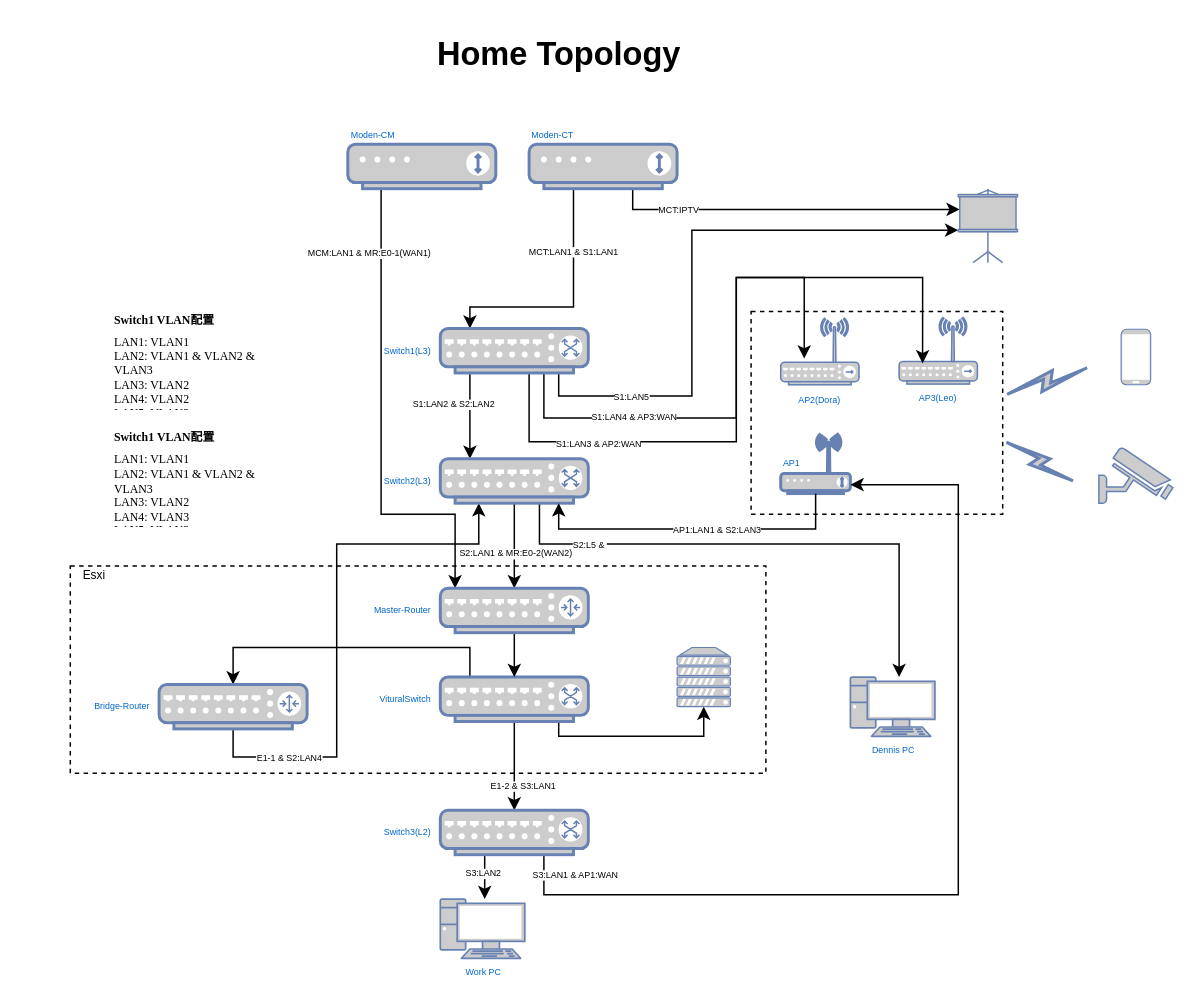
The draw.io diagram HomeTopology.drawio in DingJinlin/draw.io, before the edit. Source tidied: cells renumbered, new cells numbered last; positions are measured from the earlier drawing's top-left corner, leaving out a move shared by most shapes. Both pictures are drawn from the tidied source at 148%, with x=0, y=0 at pixel (25, 25).
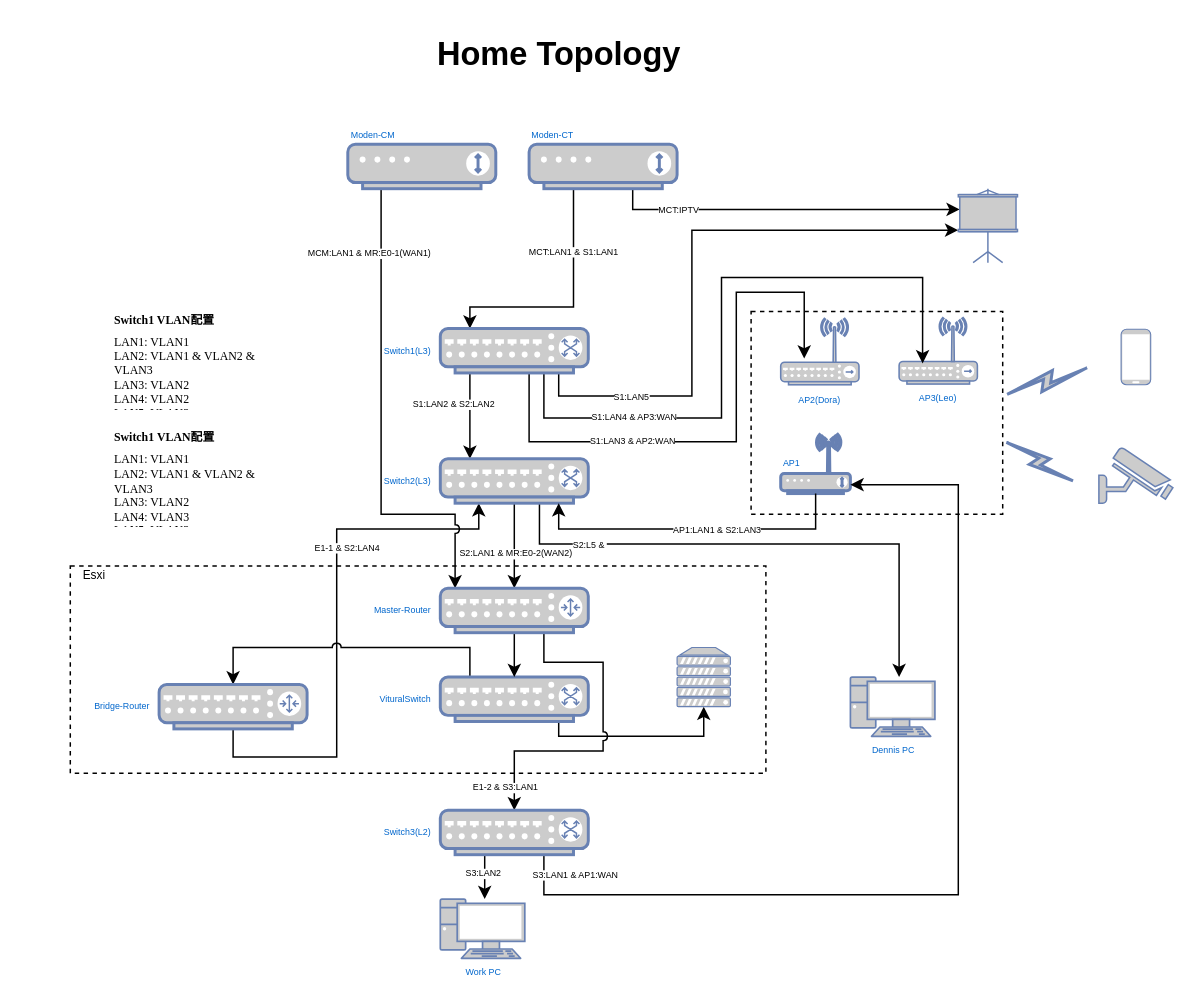
The same diagram, later.

Unchanged cells that the change refers to:
```xml
<mxCell id="18" value="AP3(Leo)" style="fontColor=#0066CC;verticalAlign=top;verticalLabelPosition=bottom;labelPosition=center;align=center;html=1;outlineConnect=0;fillColor=#CCCCCC;strokeColor=#6881B3;gradientColor=none;gradientDirection=north;strokeWidth=2;shape=mxgraph.networks.wireless_hub;points=[[0.02,0.94,0,0,0],[0.3,0.69,0,0,0],[0.5,1,0,0,0],[0.55,0,0,0,0],[0.82,0,0,0,0],[0.98,0.94,0,0,0],[1,0.7,0,0,0]];fontSize=6;" parent="1" vertex="1">
  <mxGeometry x="590" y="197" width="52.9" height="45" as="geometry" />
</mxCell>
<mxCell id="23" value="VituralSwitch" style="fontColor=#0066CC;verticalAlign=middle;verticalLabelPosition=middle;labelPosition=left;align=right;html=1;outlineConnect=0;fillColor=#CCCCCC;strokeColor=#6881B3;gradientColor=none;gradientDirection=north;strokeWidth=2;shape=mxgraph.networks.switch;fontSize=6;spacingRight=5;" parent="1" vertex="1">
  <mxGeometry x="280" y="440" width="100" height="30" as="geometry" />
</mxCell>
<mxCell id="34" value="Switch1(L3)" style="fontColor=#0066CC;verticalAlign=middle;verticalLabelPosition=middle;labelPosition=left;align=right;html=1;outlineConnect=0;fillColor=#CCCCCC;strokeColor=#6881B3;gradientColor=none;gradientDirection=north;strokeWidth=2;shape=mxgraph.networks.switch;fontSize=6;spacingLeft=0;spacingRight=5;" parent="1" vertex="1">
  <mxGeometry x="280" y="204.5" width="100" height="30" as="geometry" />
</mxCell>
<mxCell id="43" value="Moden-CM" style="fontColor=#0066CC;verticalAlign=bottom;verticalLabelPosition=top;labelPosition=center;align=left;html=1;outlineConnect=0;fillColor=#CCCCCC;strokeColor=#6881B3;gradientColor=none;gradientDirection=north;strokeWidth=2;shape=mxgraph.networks.modem;fontSize=6;" parent="1" vertex="1">
  <mxGeometry x="217.5" y="80" width="100" height="30" as="geometry" />
</mxCell>
<mxCell id="45" value="Master-Router" style="fontColor=#0066CC;verticalAlign=middle;verticalLabelPosition=middle;labelPosition=left;align=right;html=1;outlineConnect=0;fillColor=#CCCCCC;strokeColor=#6881B3;gradientColor=none;gradientDirection=north;strokeWidth=2;shape=mxgraph.networks.router;fontSize=6;spacingRight=5;" parent="1" vertex="1">
  <mxGeometry x="280" y="380" width="100" height="30" as="geometry" />
</mxCell>
<mxCell id="46" value="Switch2(L3)" style="fontColor=#0066CC;verticalAlign=middle;verticalLabelPosition=middle;labelPosition=left;align=right;html=1;outlineConnect=0;fillColor=#CCCCCC;strokeColor=#6881B3;gradientColor=none;gradientDirection=north;strokeWidth=2;shape=mxgraph.networks.switch;fontSize=6;spacingRight=5;" parent="1" vertex="1">
  <mxGeometry x="280" y="292.5" width="100" height="30" as="geometry" />
</mxCell>
<mxCell id="47" value="Bridge-Router" style="fontColor=#0066CC;verticalAlign=middle;verticalLabelPosition=middle;labelPosition=left;align=right;html=1;outlineConnect=0;fillColor=#CCCCCC;strokeColor=#6881B3;gradientColor=none;gradientDirection=north;strokeWidth=2;shape=mxgraph.networks.router;fontSize=6;spacingRight=5;" parent="1" vertex="1">
  <mxGeometry x="90" y="445" width="100" height="30" as="geometry" />
</mxCell>
<mxCell id="52" value="Switch3(L2)" style="fontColor=#0066CC;verticalAlign=middle;verticalLabelPosition=middle;labelPosition=left;align=right;html=1;outlineConnect=0;fillColor=#CCCCCC;strokeColor=#6881B3;gradientColor=none;gradientDirection=north;strokeWidth=2;shape=mxgraph.networks.switch;fontSize=6;spacingRight=5;" parent="1" vertex="1">
  <mxGeometry x="280" y="530" width="100" height="30" as="geometry" />
</mxCell>
```

The edit, as a diff of the source:
```diff
@@
-    <mxCell id="7" style="edgeStyle=orthogonalEdgeStyle;rounded=0;orthogonalLoop=1;jettySize=auto;html=1;fontSize=6;" parent="1" edge="1">
+    <mxCell id="7" style="edgeStyle=orthogonalEdgeStyle;rounded=0;orthogonalLoop=1;jettySize=auto;html=1;fontSize=6;curved=0;endArrow=classic;endFill=1;" parent="1" edge="1">
       <mxGeometry relative="1" as="geometry">
         <mxPoint x="391" y="104" as="sourcePoint" />
         <mxPoint x="631" y="124" as="targetPoint" />
         <Array as="points">
           <mxPoint x="410" y="104" />
           <mxPoint x="410" y="124" />
         </Array>
       </mxGeometry>
     </mxCell>
@@
-    <mxCell id="16" style="edgeStyle=orthogonalEdgeStyle;rounded=0;jettySize=auto;html=1;fontSize=6;" parent="1" edge="1" source="47" target="46">
+    <mxCell id="16" style="edgeStyle=orthogonalEdgeStyle;rounded=0;jettySize=auto;html=1;fontSize=6;jumpStyle=arc;" parent="1" edge="1" source="47" target="46">
       <mxGeometry relative="1" as="geometry">
         <Array as="points">
           <mxPoint x="140" y="494" />
           <mxPoint x="210" y="494" />
-          <mxPoint x="210" y="350" />
-          <mxPoint x="306" y="350" />
+          <mxPoint x="210" y="340" />
+          <mxPoint x="306" y="340" />
         </Array>
       </mxGeometry>
     </mxCell>
     <mxCell id="17" value="E1-1 &amp;amp; S2:LAN4" style="edgeLabel;html=1;align=center;verticalAlign=middle;fontSize=6;" parent="16" vertex="1">
       <mxGeometry x="-0.62" relative="1" as="geometry">
-        <mxPoint x="-12" as="offset" />
+        <mxPoint x="27" y="-142" as="offset" />
       </mxGeometry>
     </mxCell>
@@
-    <mxCell id="20" style="edgeStyle=orthogonalEdgeStyle;rounded=0;jettySize=auto;html=1;fontSize=6;" parent="1" edge="1" source="23" target="47">
+    <mxCell id="20" style="edgeStyle=orthogonalEdgeStyle;rounded=0;jettySize=auto;html=1;fontSize=6;jumpStyle=arc;" parent="1" edge="1" source="23" target="47">
       <mxGeometry relative="1" as="geometry">
         <Array as="points">
           <mxPoint x="300" y="420" />
           <mxPoint x="140" y="420" />
         </Array>
       </mxGeometry>
     </mxCell>
-    <mxCell id="21" style="edgeStyle=orthogonalEdgeStyle;rounded=0;jettySize=auto;html=1;fontSize=6;" parent="1" edge="1" source="23" target="52">
-      <mxGeometry relative="1" as="geometry" />
+    <mxCell id="21" style="edgeStyle=orthogonalEdgeStyle;rounded=0;jettySize=auto;html=1;fontSize=6;jumpStyle=arc;" parent="1" edge="1" source="45" target="52">
+      <mxGeometry relative="1" as="geometry">
+        <Array as="points">
+          <mxPoint x="350" y="430" />
+          <mxPoint x="390" y="430" />
+          <mxPoint x="390" y="490" />
+          <mxPoint x="330" y="490" />
+        </Array>
+      </mxGeometry>
     </mxCell>
     <mxCell id="22" value="E1-2 &amp;amp; S3:LAN1" style="edgeLabel;html=1;align=center;verticalAlign=middle;fontSize=6;" parent="21" vertex="1">
       <mxGeometry x="0.39" y="1" relative="1" as="geometry">
-        <mxPoint x="4" y="1" as="offset" />
+        <mxPoint x="-34" y="23" as="offset" />
       </mxGeometry>
     </mxCell>
@@
     <mxCell id="26" style="edgeStyle=orthogonalEdgeStyle;rounded=0;orthogonalLoop=1;jettySize=auto;html=1;entryX=0.32;entryY=0.69;entryDx=0;entryDy=0;entryPerimeter=0;fontSize=6;" parent="1" edge="1">
       <mxGeometry relative="1" as="geometry">
         <mxPoint x="340" y="230.8" as="sourcePoint" />
         <mxPoint x="525.9" y="224.8" as="targetPoint" />
         <Array as="points">
           <mxPoint x="340" y="281" />
           <mxPoint x="480" y="281" />
-          <mxPoint x="480" y="170" />
-          <mxPoint x="526" y="170" />
+          <mxPoint x="480" y="180" />
+          <mxPoint x="526" y="180" />
         </Array>
       </mxGeometry>
     </mxCell>
     <mxCell id="27" value="S1:LAN3 &amp;amp; AP2:WAN" style="edgeLabel;html=1;align=center;verticalAlign=middle;fontSize=6;" parent="26" vertex="1">
       <mxGeometry x="0.72" y="1" relative="1" as="geometry">
-        <mxPoint x="-138" y="113" as="offset" />
+        <mxPoint x="-107" y="101" as="offset" />
       </mxGeometry>
     </mxCell>
     <mxCell id="28" style="edgeStyle=orthogonalEdgeStyle;rounded=0;jettySize=auto;html=1;entryX=0.3;entryY=0.69;entryDx=0;entryDy=0;entryPerimeter=0;fontSize=6;" parent="1" edge="1" source="34" target="18">
       <mxGeometry relative="1" as="geometry">
         <Array as="points">
           <mxPoint x="350" y="265" />
-          <mxPoint x="480" y="265" />
-          <mxPoint x="480" y="170" />
+          <mxPoint x="470" y="265" />
+          <mxPoint x="470" y="170" />
           <mxPoint x="606" y="170" />
         </Array>
       </mxGeometry>
     </mxCell>
@@
-    <mxCell id="41" style="edgeStyle=orthogonalEdgeStyle;rounded=0;jettySize=auto;html=1;fontSize=6;" parent="1" edge="1" source="43" target="45">
+    <mxCell id="41" style="edgeStyle=orthogonalEdgeStyle;rounded=0;jettySize=auto;html=1;fontSize=6;jumpStyle=arc;" parent="1" edge="1" source="43" target="45">
       <mxGeometry relative="1" as="geometry">
         <Array as="points">
           <mxPoint x="240" y="330" />
           <mxPoint x="290" y="330" />
         </Array>
       </mxGeometry>
     </mxCell>
```
